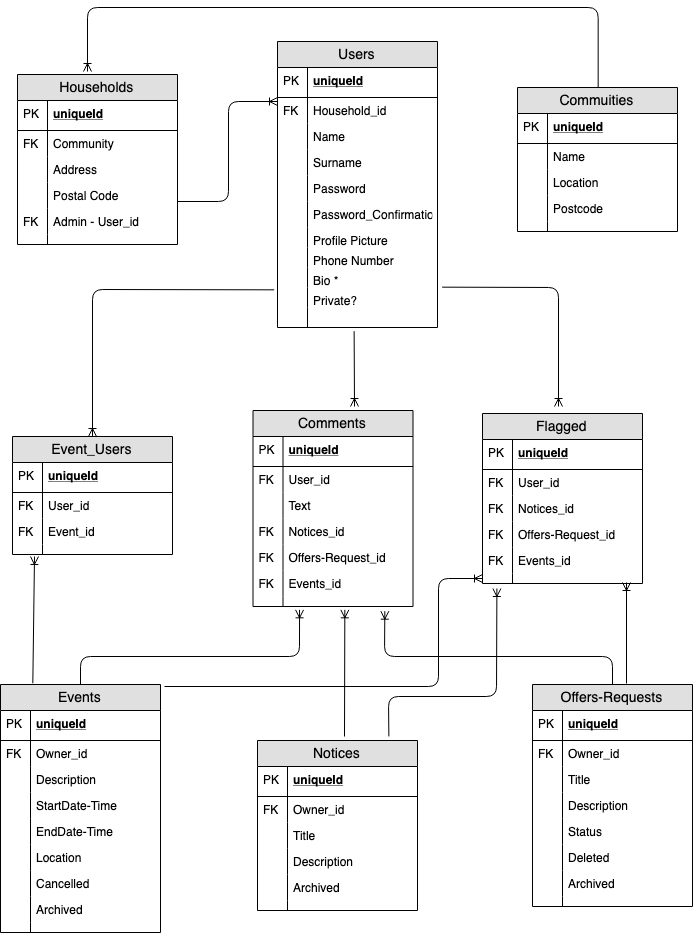
Before: project_planning/ERD.png, a diagram exported from draw.io (hurtlethefrog/Cup_of_Sugar). Source tidied: cells renumbered, new cells last; positions are measured from the earlier drawing's top-left corner, leaving out a move shared by most shapes.
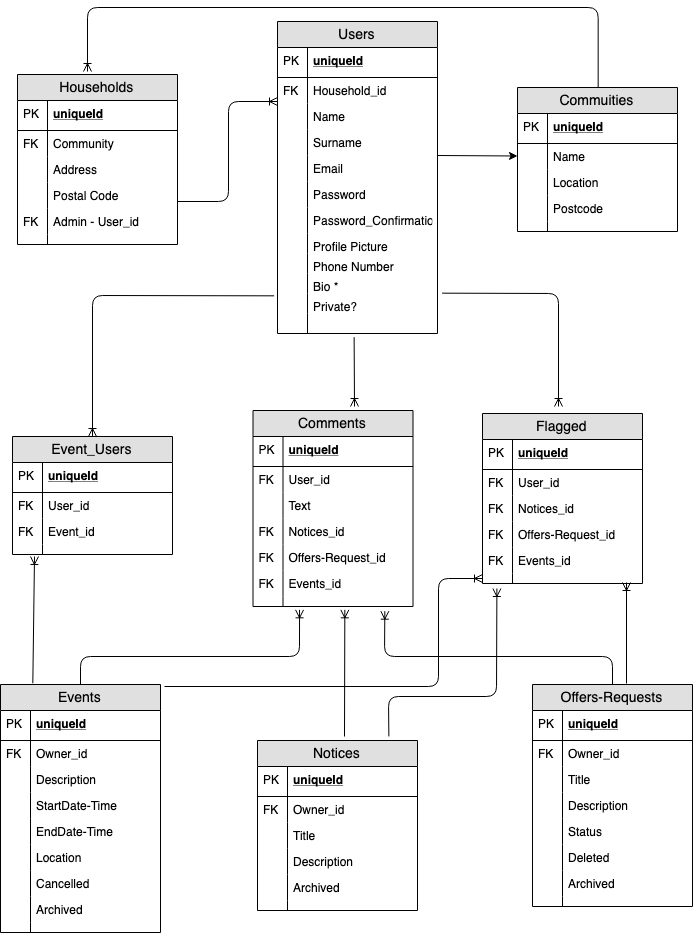
The same file after the commit.

Commit message:
summary - page items

The edit, as a diff of the source:
```diff
@@ -42,7 +42,7 @@
       <mxGeometry width="30" height="10" as="geometry" />
     </mxCell>
     <mxCell id="15" value="Users" style="swimlane;fontStyle=0;horizontal=1;startSize=26;fillColor=#e0e0e0;swimlaneFillColor=#ffffff;align=center;fontSize=14;" parent="1" vertex="1">
-      <mxGeometry x="277" y="34" width="160" height="286" as="geometry" />
+      <mxGeometry x="277" y="14" width="160" height="312" as="geometry" />
     </mxCell>
     <mxCell id="16" value="uniqueId" style="shape=partialRectangle;top=0;left=0;right=0;bottom=1;align=left;verticalAlign=middle;fillColor=none;spacingLeft=34;spacingRight=4;overflow=hidden;fontStyle=5;fontSize=12;" parent="15" vertex="1">
       <mxGeometry y="26" width="160" height="30" as="geometry" />
@@ -68,44 +68,50 @@
     <mxCell id="23" style="shape=partialRectangle;top=0;left=0;bottom=0;fillColor=none;align=left;verticalAlign=top;spacingLeft=4;spacingRight=4;overflow=hidden;fontSize=12;" parent="22" vertex="1">
       <mxGeometry width="30" height="26" as="geometry" />
     </mxCell>
+    <mxCell id="147" value="Email" style="shape=partialRectangle;top=0;left=0;right=0;bottom=0;align=left;verticalAlign=top;fillColor=none;spacingLeft=34;spacingRight=4;overflow=hidden;fontSize=12;" parent="15" vertex="1">
+      <mxGeometry y="134" width="160" height="26" as="geometry" />
+    </mxCell>
+    <mxCell id="148" style="shape=partialRectangle;top=0;left=0;bottom=0;fillColor=none;align=left;verticalAlign=top;spacingLeft=4;spacingRight=4;overflow=hidden;fontSize=12;" parent="147" vertex="1">
+      <mxGeometry width="30" height="26" as="geometry" />
+    </mxCell>
     <mxCell id="24" value="Password" style="shape=partialRectangle;top=0;left=0;right=0;bottom=0;align=left;verticalAlign=top;fillColor=none;spacingLeft=34;spacingRight=4;overflow=hidden;fontSize=12;" parent="15" vertex="1">
-      <mxGeometry y="134" width="160" height="26" as="geometry" />
+      <mxGeometry y="160" width="160" height="26" as="geometry" />
     </mxCell>
     <mxCell id="25" style="shape=partialRectangle;top=0;left=0;bottom=0;fillColor=none;align=left;verticalAlign=top;spacingLeft=4;spacingRight=4;overflow=hidden;fontSize=12;" parent="24" vertex="1">
       <mxGeometry width="30" height="26" as="geometry" />
     </mxCell>
     <mxCell id="26" value="Password_Confirmation" style="shape=partialRectangle;top=0;left=0;right=0;bottom=0;align=left;verticalAlign=top;fillColor=none;spacingLeft=34;spacingRight=4;overflow=hidden;fontSize=12;" parent="15" vertex="1">
-      <mxGeometry y="160" width="160" height="26" as="geometry" />
+      <mxGeometry y="186" width="160" height="26" as="geometry" />
     </mxCell>
     <mxCell id="27" style="shape=partialRectangle;top=0;left=0;bottom=0;fillColor=none;align=left;verticalAlign=top;spacingLeft=4;spacingRight=4;overflow=hidden;fontSize=12;" parent="26" vertex="1">
       <mxGeometry width="30" height="26" as="geometry" />
     </mxCell>
     <mxCell id="28" value="Profile Picture" style="shape=partialRectangle;top=0;left=0;right=0;bottom=0;align=left;verticalAlign=top;fillColor=none;spacingLeft=34;spacingRight=4;overflow=hidden;fontSize=12;" parent="15" vertex="1">
-      <mxGeometry y="186" width="160" height="20" as="geometry" />
+      <mxGeometry y="212" width="160" height="20" as="geometry" />
     </mxCell>
     <mxCell id="29" style="shape=partialRectangle;top=0;left=0;bottom=0;fillColor=none;align=left;verticalAlign=top;spacingLeft=4;spacingRight=4;overflow=hidden;fontSize=12;" parent="28" vertex="1">
       <mxGeometry width="30" height="20" as="geometry" />
     </mxCell>
     <mxCell id="30" value="Phone Number" style="shape=partialRectangle;top=0;left=0;right=0;bottom=0;align=left;verticalAlign=top;fillColor=none;spacingLeft=34;spacingRight=4;overflow=hidden;fontSize=12;" parent="15" vertex="1">
-      <mxGeometry y="206" width="160" height="20" as="geometry" />
+      <mxGeometry y="232" width="160" height="20" as="geometry" />
     </mxCell>
     <mxCell id="31" style="shape=partialRectangle;top=0;left=0;bottom=0;fillColor=none;align=left;verticalAlign=top;spacingLeft=4;spacingRight=4;overflow=hidden;fontSize=12;" parent="30" vertex="1">
       <mxGeometry width="30" height="20" as="geometry" />
     </mxCell>
     <mxCell id="32" value="Bio *" style="shape=partialRectangle;top=0;left=0;right=0;bottom=0;align=left;verticalAlign=top;fillColor=none;spacingLeft=34;spacingRight=4;overflow=hidden;fontSize=12;" parent="15" vertex="1">
-      <mxGeometry y="226" width="160" height="20" as="geometry" />
+      <mxGeometry y="252" width="160" height="20" as="geometry" />
     </mxCell>
     <mxCell id="33" style="shape=partialRectangle;top=0;left=0;bottom=0;fillColor=none;align=left;verticalAlign=top;spacingLeft=4;spacingRight=4;overflow=hidden;fontSize=12;" parent="32" vertex="1">
       <mxGeometry width="30" height="20" as="geometry" />
     </mxCell>
     <mxCell id="34" value="Private?" style="shape=partialRectangle;top=0;left=0;right=0;bottom=0;align=left;verticalAlign=top;fillColor=none;spacingLeft=34;spacingRight=4;overflow=hidden;points=[[0,0.5],[1,0.5]];portConstraint=eastwest;fontSize=12;" parent="15" vertex="1">
-      <mxGeometry y="246" width="160" height="20" as="geometry" />
+      <mxGeometry y="272" width="160" height="20" as="geometry" />
     </mxCell>
     <mxCell id="35" style="shape=partialRectangle;top=0;left=0;bottom=0;fillColor=none;align=left;verticalAlign=top;spacingLeft=4;spacingRight=4;overflow=hidden;fontSize=12;" parent="34" vertex="1">
       <mxGeometry width="30" height="20" as="geometry" />
     </mxCell>
     <mxCell id="36" style="shape=partialRectangle;top=0;left=0;right=0;bottom=0;align=left;verticalAlign=top;fillColor=none;spacingLeft=34;spacingRight=4;overflow=hidden;points=[[0,0.5],[1,0.5]];portConstraint=eastwest;fontSize=12;" parent="15" vertex="1">
-      <mxGeometry y="266" width="160" height="20" as="geometry" />
+      <mxGeometry y="292" width="160" height="20" as="geometry" />
     </mxCell>
     <mxCell id="37" style="shape=partialRectangle;top=0;left=0;bottom=0;fillColor=none;align=left;verticalAlign=top;spacingLeft=4;spacingRight=4;overflow=hidden;fontSize=12;" parent="36" vertex="1">
       <mxGeometry width="30" height="20" as="geometry" />
@@ -444,7 +450,7 @@
     <mxCell id="140" style="fontSize=12;html=1;endArrow=ERoneToMany;exitX=-0.021;exitY=0.117;exitDx=0;exitDy=0;exitPerimeter=0;entryX=0.5;entryY=0;entryDx=0;entryDy=0;" parent="1" edge="1" source="34" target="98">
       <mxGeometry relative="1" as="geometry">
         <Array as="points">
-          <mxPoint x="92" y="282" />
+          <mxPoint x="92" y="288" />
         </Array>
       </mxGeometry>
     </mxCell>
@@ -485,9 +491,14 @@
       <mxGeometry relative="1" as="geometry">
         <mxPoint x="558" y="399" as="targetPoint" />
         <Array as="points">
-          <mxPoint x="558" y="280" />
+          <mxPoint x="558" y="286" />
         </Array>
       </mxGeometry>
     </mxCell>
+    <mxCell id="149" style="edgeStyle=none;rounded=0;jettySize=auto;html=1;" parent="1" edge="1" target="41">
+      <mxGeometry relative="1" as="geometry">
+        <mxPoint x="437" y="148" as="sourcePoint" />
+      </mxGeometry>
+    </mxCell>
   </root>
 </mxGraphModel>
```
